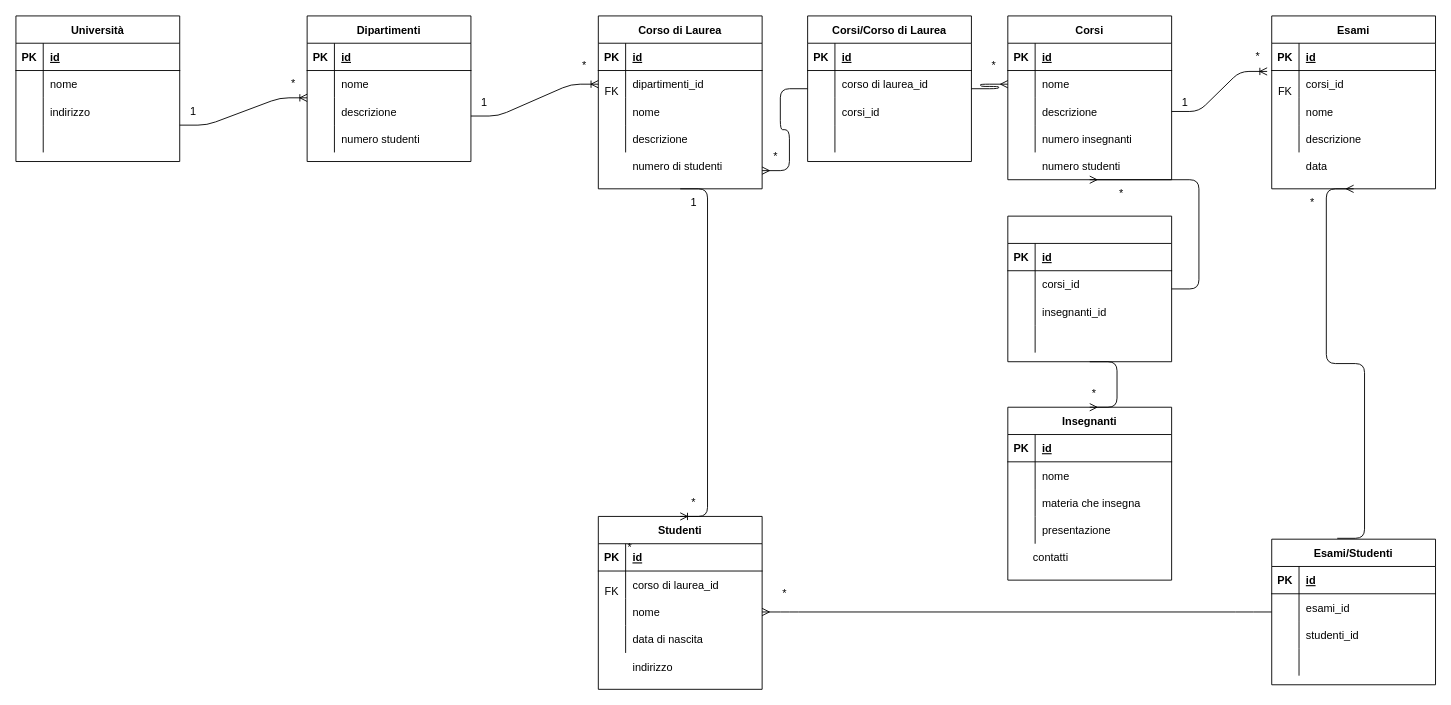
Above: db.drawio in Francesco-Ostellari/db-university (draw.io), before the change. Source tidied: cells renumbered, new cells numbered last; positions are measured from the earlier drawing's top-left corner, leaving out a move shared by most shapes. Both pictures are drawn from the tidied source at 91%, with x=0, y=0 at pixel (15, 15).
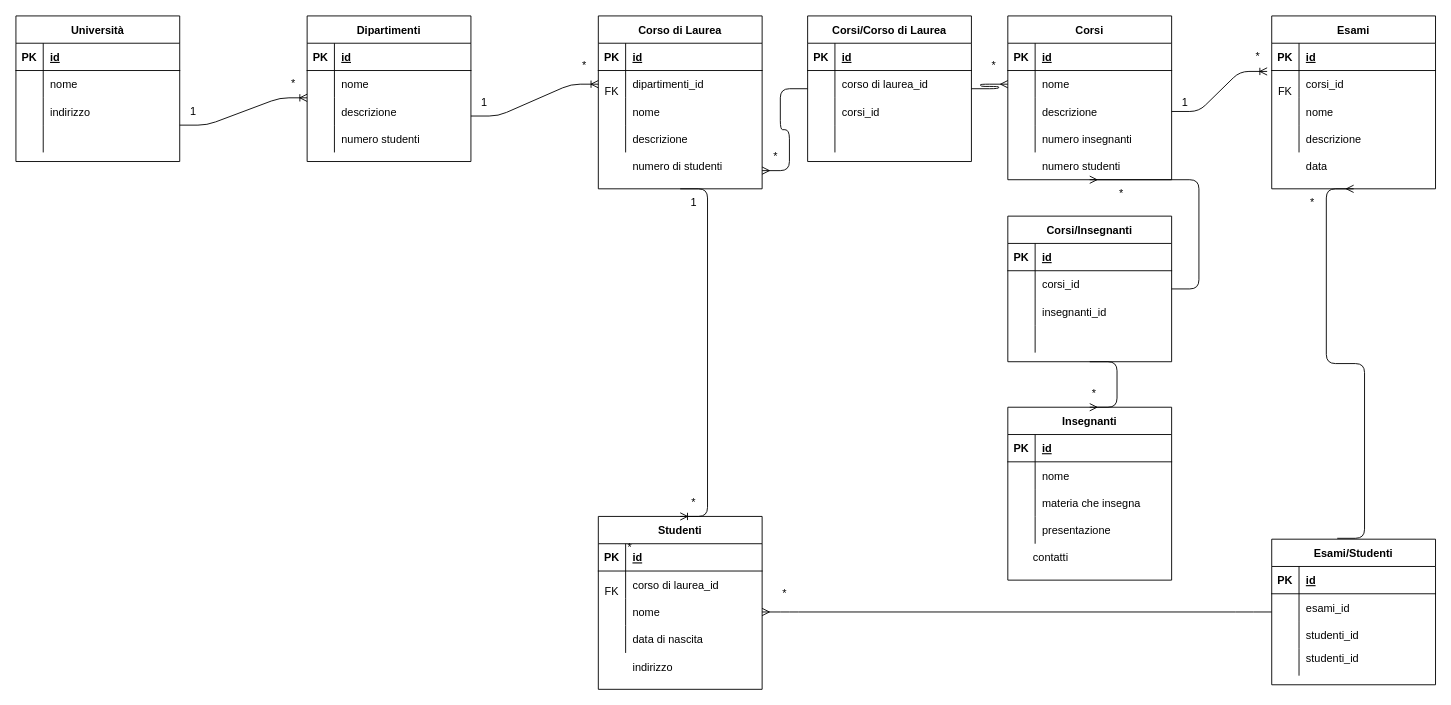
After the change.

Diff of the diagram source:
```diff
@@
-    <mxCell id="118" style="shape=table;startSize=30;childLayout=tableLayout;rowLines=0;fontStyle=1;align=center;" parent="1" vertex="1">
+    <mxCell id="118" value="Corsi/Insegnanti" style="shape=table;startSize=30;childLayout=tableLayout;rowLines=0;fontStyle=1;align=center;" parent="1" vertex="1">
       <mxGeometry x="1090" y="220" width="180" height="160" as="geometry" />
     </mxCell>
@@
+    <mxCell id="162" value="studenti_id" style="shape=partialRectangle;fillColor=none;top=0;left=0;bottom=0;right=0;align=left;spacingLeft=6;overflow=hidden;" parent="1" vertex="1">
+      <mxGeometry x="1410" y="690" width="150" height="30" as="geometry" />
+    </mxCell>
```
